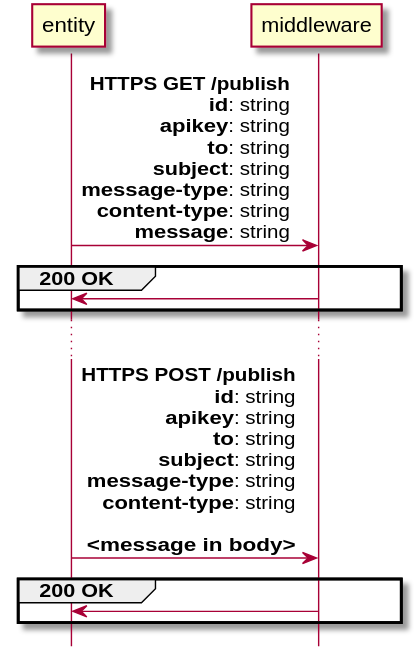
Above: DOCS/publish.svg in rbccps-iisc/corinthian (PlantUML), before the change.
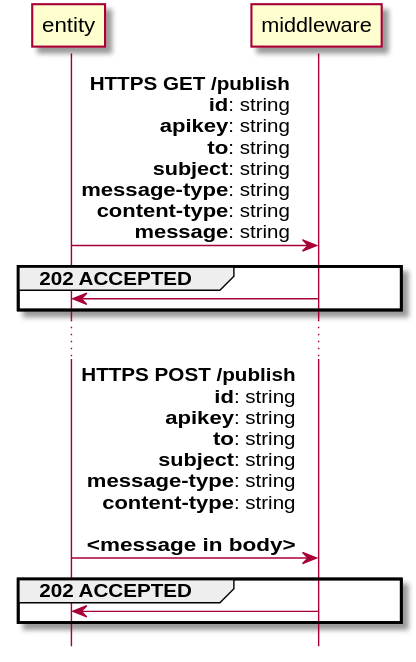
The same file after the commit.

What changed in the source:
```diff
@@ -2,14 +2,14 @@
 hide footbox
 
 entity -> middleware: **HTTPS GET /publish**\r**id**: string\r**apikey**: string\r**to**: string\r**subject**: string\r**message-type**: string\r**content-type**: string\r**message**: string
-group 200 OK
+group 202 ACCEPTED
 middleware -> entity:
 end
 
 ...
 
 entity -> middleware: **HTTPS POST /publish**\r**id**: string\r**apikey**: string\r**to**: string\r**subject**: string\r**message-type**: string\r**content-type**: string\r\r**<message in body>**
-group 200 OK
+group 202 ACCEPTED
 middleware -> entity:
 end
 @enduml
```
